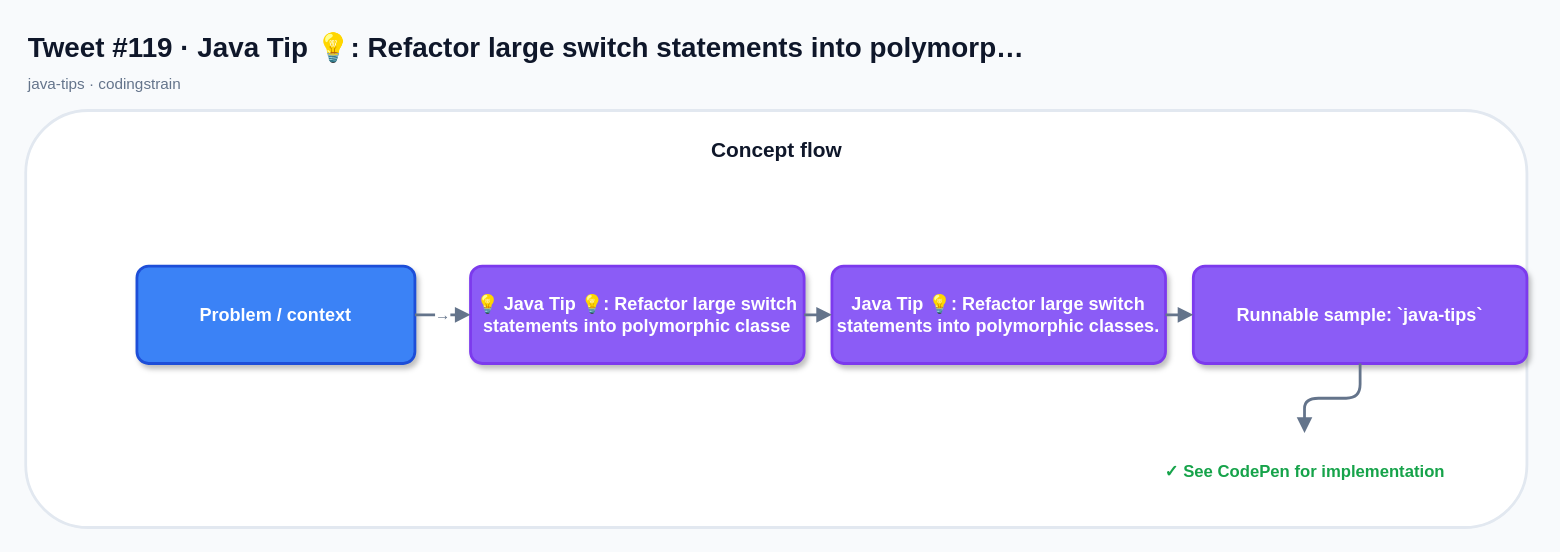
mcasari/codingstrain keeps this draw.io diagram as x-posts-examples/generated-x-posts/java-posts/drawio/tweet-119.drawio. Above is the earlier version. Source tidied: cells renumbered, new cells numbered last; positions are measured from the earlier drawing's top-left corner, leaving out a move shared by most shapes. Both pictures are drawn from the tidied source at 139%, with x=0, y=0 at pixel (25, 24).
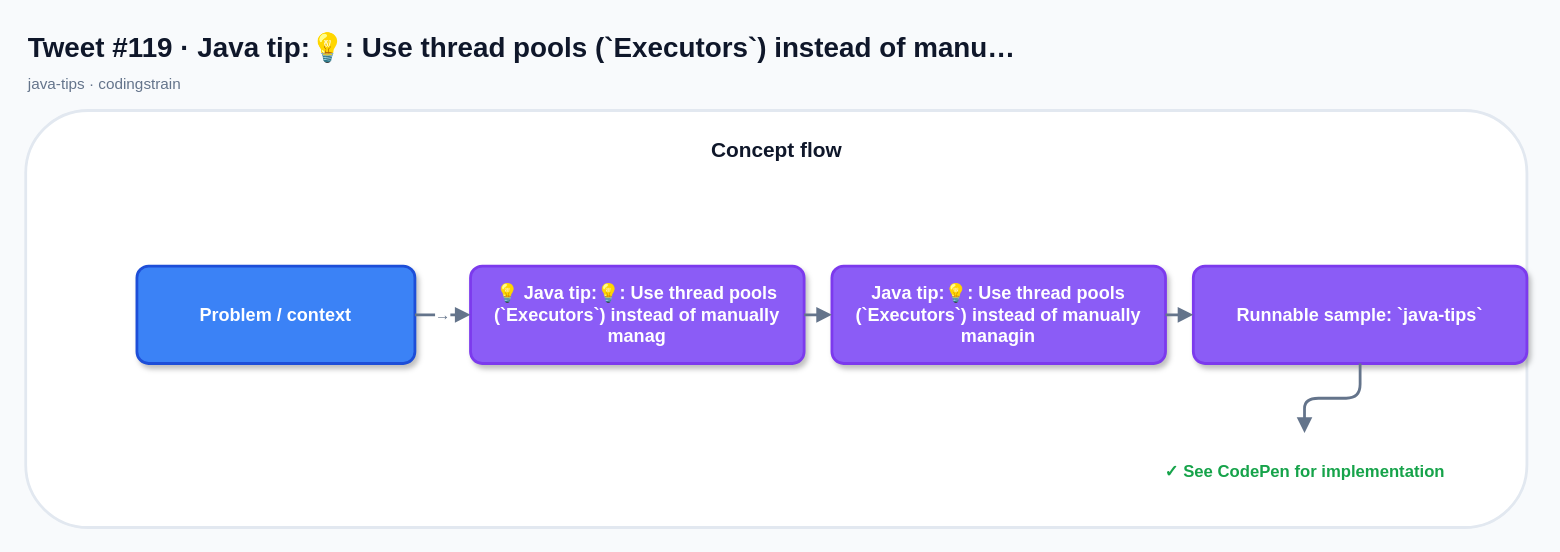
After the change.

Change to the diagram source:
```diff
@@
 <mxGraphModel background="#F8FAFC">
   <root>
     <mxCell id="0" />
     <mxCell id="1" parent="0" />
-    <mxCell id="2" value="Tweet #119 · Java Tip 💡: Refactor large switch statements into polymorp…" style="text;html=1;strokeColor=none;fillColor=none;align=left;verticalAlign=middle;fontSize=20;fontStyle=1;fontColor=#0F172A;" parent="1" vertex="1">
+    <mxCell id="2" value="Tweet #119 · Java tip:💡: Use thread pools (`Executors`) instead of manu…" style="text;html=1;strokeColor=none;fillColor=none;align=left;verticalAlign=middle;fontSize=20;fontStyle=1;fontColor=#0F172A;" parent="1" vertex="1">
       <mxGeometry width="760" height="32" as="geometry" />
     </mxCell>
     <mxCell id="3" value="java-tips · codingstrain" style="text;html=1;strokeColor=none;fillColor=none;align=left;verticalAlign=middle;fontSize=11;fontStyle=0;fontColor=#64748B;" parent="1" vertex="1">
       <mxGeometry y="32" width="520" height="22" as="geometry" />
     </mxCell>
     <mxCell id="4" style="rounded=1;fillColor=#FFFFFF;strokeColor=#E2E8F0;strokeWidth=2;shadow=0;" parent="1" vertex="1">
       <mxGeometry y="62" width="1080" height="300" as="geometry" />
     </mxCell>
     <mxCell id="5" value="Concept flow" style="text;html=1;strokeColor=none;fillColor=none;align=center;verticalAlign=middle;fontSize=15;fontStyle=1;fontColor=#0F172A;" parent="1" vertex="1">
       <mxGeometry x="20" y="76" width="1040" height="28" as="geometry" />
     </mxCell>
     <mxCell id="6" value="Problem / context" style="rounded=1;whiteSpace=wrap;html=1;arcSize=12;fillColor=#3B82F6;strokeColor=#1D4ED8;strokeWidth=2;fontColor=#FFFFFF;fontSize=13;fontStyle=1;shadow=1;align=center;verticalAlign=middle;" parent="1" vertex="1">
       <mxGeometry x="80" y="174" width="200" height="70" as="geometry" />
     </mxCell>
-    <mxCell id="7" value="💡 Java Tip 💡: Refactor large switch statements into polymorphic classe" style="rounded=1;whiteSpace=wrap;html=1;arcSize=12;fillColor=#8B5CF6;strokeColor=#7C3AED;strokeWidth=2;fontColor=#FFFFFF;fontSize=13;fontStyle=1;shadow=1;align=center;verticalAlign=middle;" parent="1" vertex="1">
+    <mxCell id="7" value="💡 Java tip:💡: Use thread pools (`Executors`) instead of manually manag" style="rounded=1;whiteSpace=wrap;html=1;arcSize=12;fillColor=#8B5CF6;strokeColor=#7C3AED;strokeWidth=2;fontColor=#FFFFFF;fontSize=13;fontStyle=1;shadow=1;align=center;verticalAlign=middle;" parent="1" vertex="1">
       <mxGeometry x="320" y="174" width="240" height="70" as="geometry" />
     </mxCell>
     <mxCell id="8" value="→" style="edgeStyle=orthogonalEdgeStyle;rounded=1;jettySize=auto;html=1;endArrow=block;endFill=1;startArrow=none;strokeColor=#64748B;strokeWidth=2;fontColor=#64748B;fontSize=11;" parent="1" edge="1" source="6" target="7">
       <mxGeometry relative="1" as="geometry" />
     </mxCell>
-    <mxCell id="9" value="Java Tip 💡: Refactor large switch statements into polymorphic classes." style="rounded=1;whiteSpace=wrap;html=1;arcSize=12;fillColor=#8B5CF6;strokeColor=#7C3AED;strokeWidth=2;fontColor=#FFFFFF;fontSize=13;fontStyle=1;shadow=1;align=center;verticalAlign=middle;" parent="1" vertex="1">
+    <mxCell id="9" value="Java tip:💡: Use thread pools (`Executors`) instead of manually managin" style="rounded=1;whiteSpace=wrap;html=1;arcSize=12;fillColor=#8B5CF6;strokeColor=#7C3AED;strokeWidth=2;fontColor=#FFFFFF;fontSize=13;fontStyle=1;shadow=1;align=center;verticalAlign=middle;" parent="1" vertex="1">
       <mxGeometry x="580" y="174" width="240" height="70" as="geometry" />
     </mxCell>
     <mxCell id="10" style="edgeStyle=orthogonalEdgeStyle;rounded=1;jettySize=auto;html=1;endArrow=block;endFill=1;startArrow=none;strokeColor=#64748B;strokeWidth=2;fontColor=#64748B;fontSize=11;" parent="1" edge="1" source="7" target="9">
       <mxGeometry relative="1" as="geometry" />
     </mxCell>
     <mxCell id="11" value="Runnable sample: `java-tips`" style="rounded=1;whiteSpace=wrap;html=1;arcSize=12;fillColor=#8B5CF6;strokeColor=#7C3AED;strokeWidth=2;fontColor=#FFFFFF;fontSize=13;fontStyle=1;shadow=1;align=center;verticalAlign=middle;" parent="1" vertex="1">
       <mxGeometry x="840" y="174" width="240" height="70" as="geometry" />
     </mxCell>
     <mxCell id="12" style="edgeStyle=orthogonalEdgeStyle;rounded=1;jettySize=auto;html=1;endArrow=block;endFill=1;startArrow=none;strokeColor=#64748B;strokeWidth=2;fontColor=#64748B;fontSize=11;" parent="1" edge="1" source="9" target="11">
       <mxGeometry relative="1" as="geometry" />
     </mxCell>
     <mxCell id="13" value="✓ See CodePen for implementation" style="text;html=1;strokeColor=none;fillColor=none;align=center;verticalAlign=middle;fontSize=12;fontStyle=1;fontColor=#16A34A;" parent="1" vertex="1">
       <mxGeometry x="800" y="294" width="240" height="56" as="geometry" />
     </mxCell>
     <mxCell id="14" style="edgeStyle=orthogonalEdgeStyle;rounded=1;jettySize=auto;html=1;endArrow=block;endFill=1;startArrow=none;strokeColor=#64748B;strokeWidth=2;fontColor=#64748B;fontSize=11;" parent="1" edge="1" source="11" target="13">
       <mxGeometry relative="1" as="geometry" />
     </mxCell>
   </root>
 </mxGraphModel>
```
